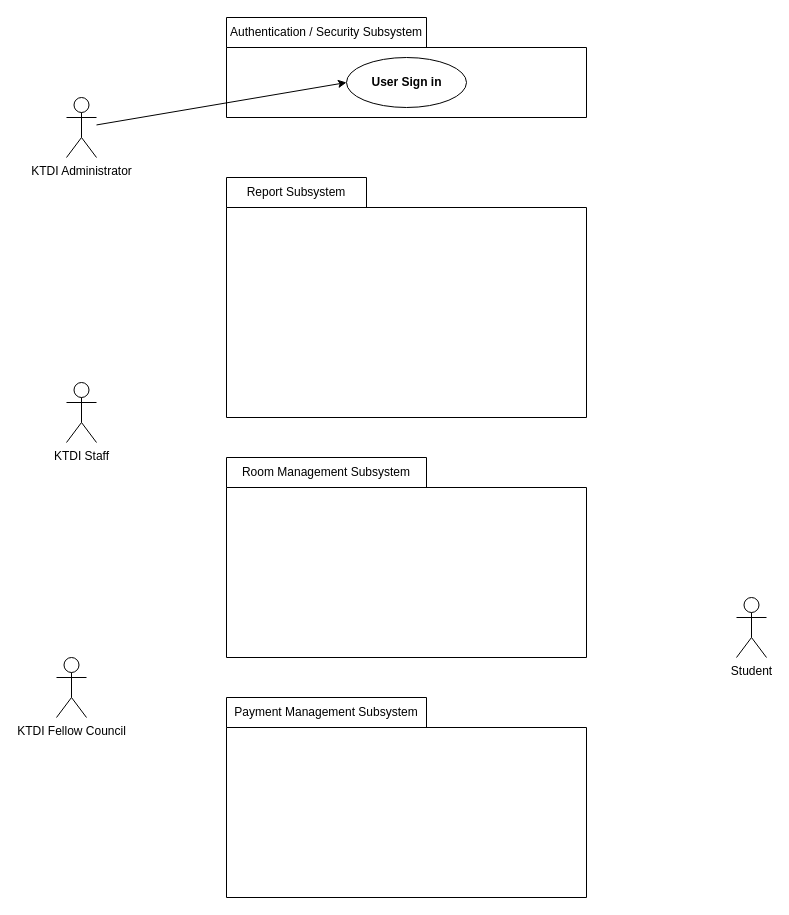
Above: page "Page-1" (1 of 2) of project/drawio/stakeholder/use_case.drawio in drshahizan/software-engineering (draw.io), before the change. Source tidied: cells renumbered, new cells numbered last; positions are measured from the earlier drawing's top-left corner, leaving out a move shared by most shapes. Both pictures are drawn from the tidied source at 100%, with x=0, y=0 at pixel (56, 17).
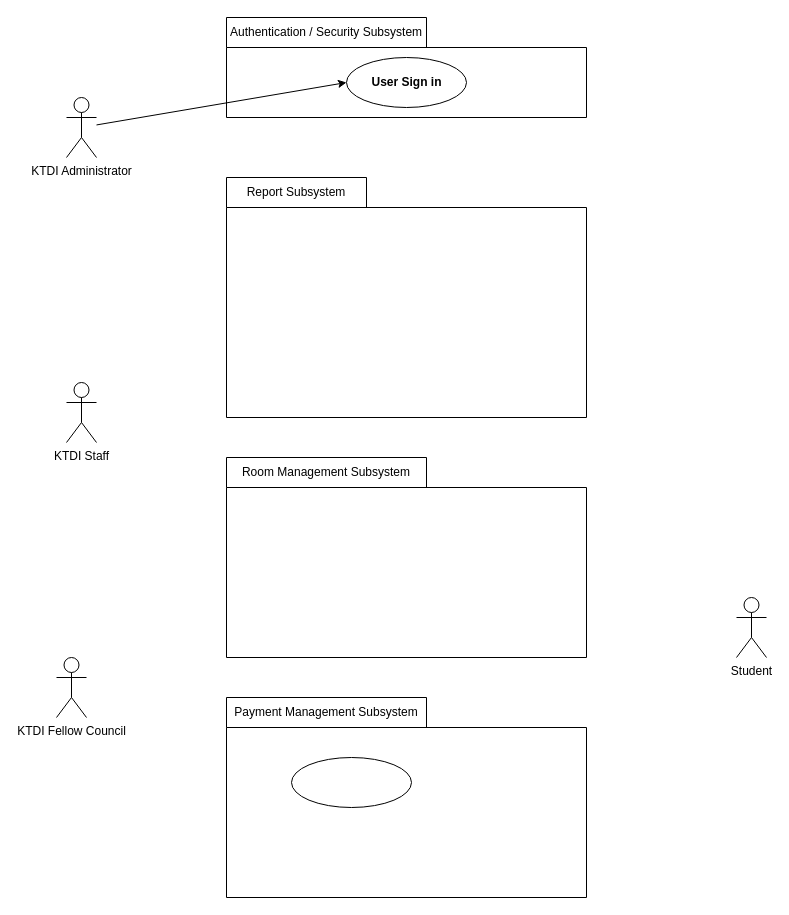
The same diagram, later.

The edit, as a diff of the source:
```diff
@@
 <mxGraphModel>
   <root>
     <mxCell id="0" />
     <mxCell id="1" parent="0" />
     <mxCell id="2" value="KTDI Administrator" style="shape=umlActor;verticalLabelPosition=bottom;verticalAlign=top;html=1;" parent="1" vertex="1">
       <mxGeometry x="10" y="80" width="30" height="60" as="geometry" />
     </mxCell>
     <mxCell id="3" value="KTDI Staff" style="shape=umlActor;verticalLabelPosition=bottom;verticalAlign=top;html=1;" parent="1" vertex="1">
       <mxGeometry x="10" y="365" width="30" height="60" as="geometry" />
     </mxCell>
     <mxCell id="4" value="Student" style="shape=umlActor;verticalLabelPosition=bottom;verticalAlign=top;html=1;" parent="1" vertex="1">
       <mxGeometry x="680" y="580" width="30" height="60" as="geometry" />
     </mxCell>
     <mxCell id="5" value="KTDI Fellow Council" style="shape=umlActor;verticalLabelPosition=bottom;verticalAlign=top;html=1;" parent="1" vertex="1">
       <mxGeometry y="640" width="30" height="60" as="geometry" />
     </mxCell>
     <mxCell id="6" value="User Sign in" style="shape=folder;fontStyle=1;tabWidth=200;tabHeight=30;tabPosition=left;html=1;boundedLbl=1;" parent="1" vertex="1">
       <mxGeometry x="170" width="360" height="100" as="geometry" />
     </mxCell>
     <mxCell id="7" style="ellipse;whiteSpace=wrap;html=1;fillColor=none;" parent="1" vertex="1">
       <mxGeometry x="290" y="40" width="120" height="50" as="geometry" />
     </mxCell>
     <mxCell id="8" value="Authentication / Security Subsystem" style="text;html=1;strokeColor=none;fillColor=none;align=center;verticalAlign=middle;whiteSpace=wrap;rounded=0;" parent="1" vertex="1">
       <mxGeometry x="170" width="200" height="30" as="geometry" />
     </mxCell>
     <mxCell id="9" style="edgeStyle=none;html=1;entryX=0;entryY=0.5;entryDx=0;entryDy=0;" parent="1" edge="1" source="2" target="7">
       <mxGeometry relative="1" as="geometry" />
     </mxCell>
     <mxCell id="10" style="shape=folder;fontStyle=1;tabWidth=140;tabHeight=30;tabPosition=left;html=1;boundedLbl=1;" parent="1" vertex="1">
       <mxGeometry x="170" y="160" width="360" height="240" as="geometry" />
     </mxCell>
     <mxCell id="11" value="Report Subsystem" style="text;html=1;strokeColor=none;fillColor=none;align=center;verticalAlign=middle;whiteSpace=wrap;rounded=0;" parent="1" vertex="1">
       <mxGeometry x="140" y="160" width="200" height="30" as="geometry" />
     </mxCell>
     <mxCell id="12" style="shape=folder;fontStyle=1;tabWidth=200;tabHeight=30;tabPosition=left;html=1;boundedLbl=1;" parent="1" vertex="1">
       <mxGeometry x="170" y="440" width="360" height="200" as="geometry" />
     </mxCell>
     <mxCell id="13" value="Room Management Subsystem" style="text;html=1;strokeColor=none;fillColor=none;align=center;verticalAlign=middle;whiteSpace=wrap;rounded=0;" parent="1" vertex="1">
       <mxGeometry x="170" y="440" width="200" height="30" as="geometry" />
     </mxCell>
     <mxCell id="14" style="shape=folder;fontStyle=1;tabWidth=200;tabHeight=30;tabPosition=left;html=1;boundedLbl=1;" parent="1" vertex="1">
       <mxGeometry x="170" y="680" width="360" height="200" as="geometry" />
     </mxCell>
     <mxCell id="15" value="Payment Management Subsystem" style="text;html=1;strokeColor=none;fillColor=none;align=center;verticalAlign=middle;whiteSpace=wrap;rounded=0;" parent="1" vertex="1">
       <mxGeometry x="170" y="680" width="200" height="30" as="geometry" />
     </mxCell>
+    <mxCell id="16" style="ellipse;whiteSpace=wrap;html=1;fillColor=none;" parent="1" vertex="1">
+      <mxGeometry x="235" y="740" width="120" height="50" as="geometry" />
+    </mxCell>
   </root>
 </mxGraphModel>
```
